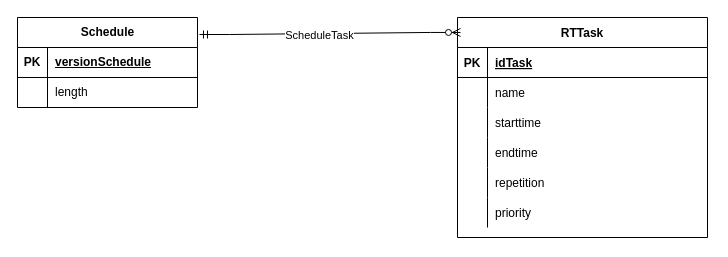
The draw.io diagram docs/er/orchestrator-er-diagram.drawio in GeoDimi99/SpaceRTM, before the edit. Source tidied: cells renumbered, new cells numbered last; positions are measured from the earlier drawing's top-left corner, leaving out a move shared by most shapes. Both pictures are drawn from the tidied source at 100%, with x=0, y=0 at pixel (17, 17).
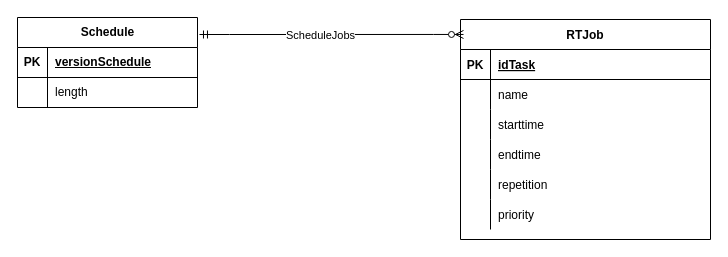
After the change.

Unchanged cells that the change refers to:
```xml
<mxCell id="28" style="edgeStyle=entityRelationEdgeStyle;fontSize=12;html=1;endArrow=ERzeroToMany;startArrow=ERmandOne;rounded=0;exitX=1.011;exitY=0.189;exitDx=0;exitDy=0;exitPerimeter=0;entryX=0.012;entryY=0.068;entryDx=0;entryDy=0;entryPerimeter=0;" parent="1" edge="1" source="2" target="9">
  <mxGeometry relative="1" as="geometry" />
</mxCell>
```

Diff of the diagram source:
```diff
@@
-    <mxCell id="9" value="RTTask" style="shape=table;startSize=30;childLayout=tableLayout;rowLines=0;fontStyle=1;align=center;" parent="1" vertex="1">
-      <mxGeometry x="440" width="250" height="220" as="geometry" />
+    <mxCell id="9" value="RTJob" style="shape=table;startSize=30;childLayout=tableLayout;rowLines=0;fontStyle=1;align=center;" parent="1" vertex="1">
+      <mxGeometry x="443" y="2" width="250" height="220" as="geometry" />
     </mxCell>
@@
-    <mxCell id="29" value="ScheduleTask" style="edgeLabel;html=1;align=center;verticalAlign=middle;" parent="28" vertex="1">
+    <mxCell id="29" value="ScheduleJobs" style="edgeLabel;html=1;align=center;verticalAlign=middle;" parent="28" vertex="1">
       <mxGeometry x="-0.34" y="2" relative="1" as="geometry">
         <mxPoint x="34" y="3" as="offset" />
       </mxGeometry>
     </mxCell>
```
